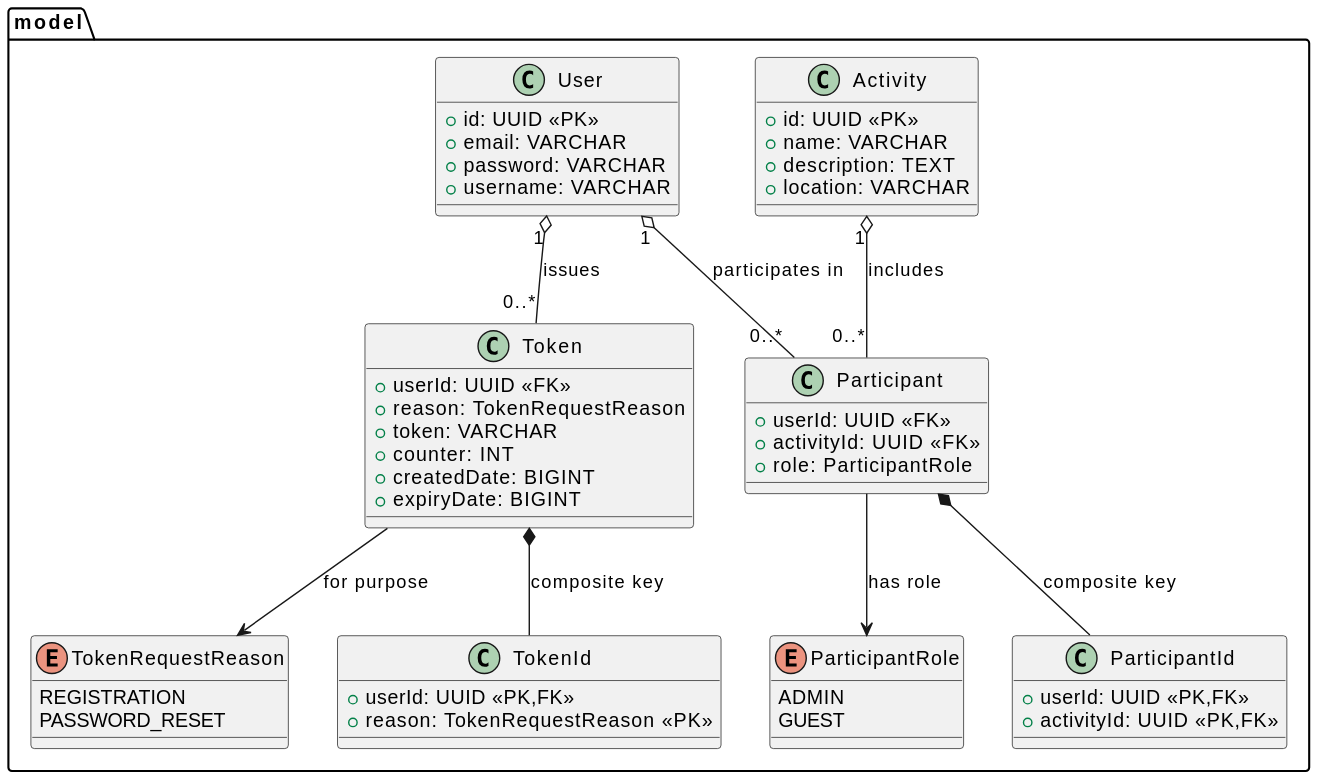
Before: misc/DatabaseDiagram.svg, a diagram exported from PlantUML (BUMETCS673/CS673OLSum25Team1).
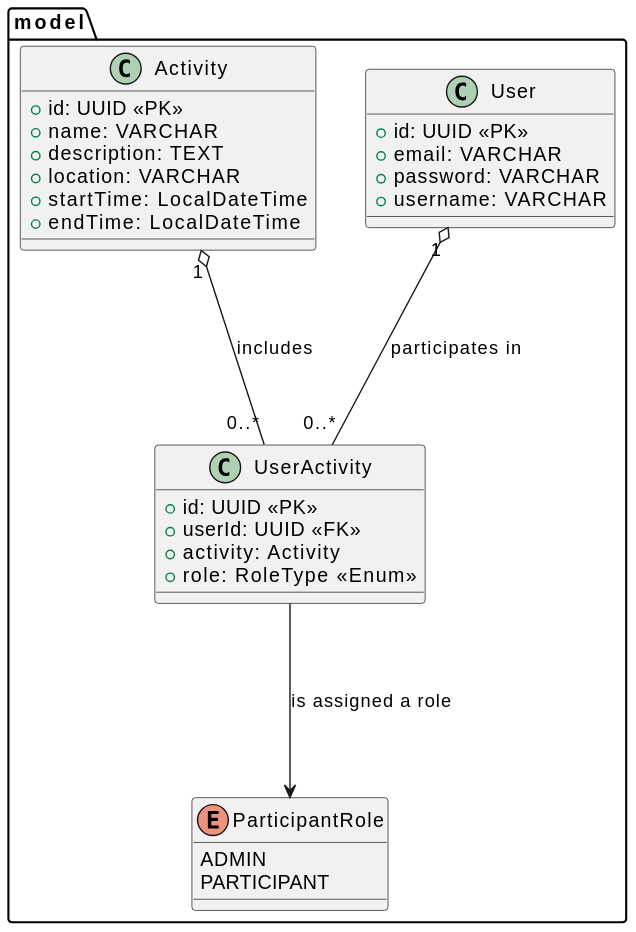
After the commit.

The edit, as a diff of the source:
```diff
@@ -8,25 +8,9 @@
         +username: VARCHAR
     }
 
-    enum TokenRequestReason {
-        REGISTRATION
-        PASSWORD_RESET
-    }
-
     enum ParticipantRole {
         ADMIN
-        GUEST
-    }
-
-    class ParticipantId {
-        +userId: UUID <<PK,FK>>
-        +activityId: UUID <<PK,FK>>
-    }
-
-    class Participant {
-        +userId: UUID <<FK>>
-        +activityId: UUID <<FK>>
-        +role: ParticipantRole
+        PARTICIPANT
     }
 
     class Activity {
@@ -34,30 +18,21 @@
         +name: VARCHAR
         +description: TEXT
         +location: VARCHAR
+        +startTime: LocalDateTime
+        +endTime: LocalDateTime
     }
 
-    class TokenId {
-        +userId: UUID <<PK,FK>>
-        +reason: TokenRequestReason <<PK>>
+    class UserActivity {
+        +id: UUID <<PK>>
+        +userId: UUID <<FK>>
+        +activity: Activity
+        +role: RoleType <<Enum>>
     }
+}
 
-    class Token {
-        +userId: UUID <<FK>>
-        +reason: TokenRequestReason
-        +token: VARCHAR
-        +counter: INT
-        +createdDate: BIGINT
-        +expiryDate: BIGINT
-    }
-
-    User "1" o-- "0..*" Participant : participates in
-    Activity "1" o-- "0..*" Participant : includes
-    Participant *-- ParticipantId : composite key
-    Participant --> ParticipantRole : has role
-
-    User "1" o-- "0..*" Token : issues
-    Token *-- TokenId : composite key
-    Token --> TokenRequestReason : for purpose
+    User "1" o-- "0..*" UserActivity : participates in
+    Activity "1" o-- "0..*" UserActivity : includes
+    UserActivity --> ParticipantRole : is assigned a role
 
 }
 @enduml
```
